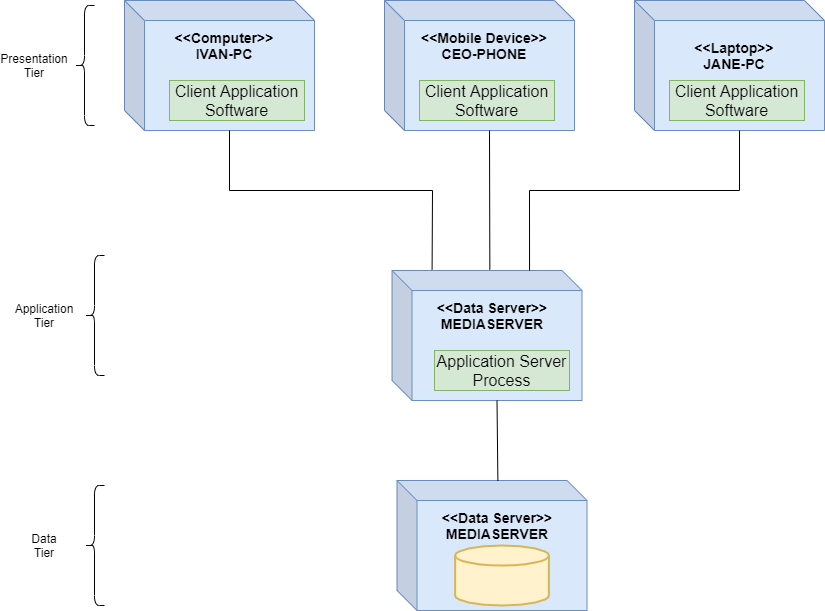
The draw.io diagram Architectural styles/Layred Systems/3-Tier Dataserver nTierDiagram.png in smitbmx/Architecture-Diagrams, before a commit. Source tidied: cells renumbered, new cells last; positions are measured from the earlier drawing's top-left corner, leaving out a move shared by most shapes.
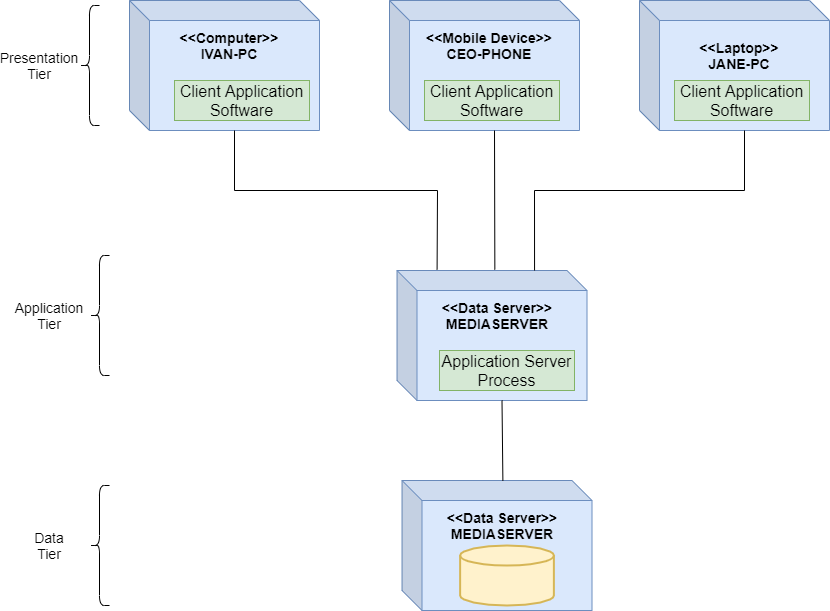
After the commit.

The edit, as a diff of the source:
```diff
@@ -66,19 +66,19 @@
     <mxCell id="19" style="endArrow=none;html=1;rounded=0;exitX=0.531;exitY=0.003;exitDx=0;exitDy=0;exitPerimeter=0;entryX=0;entryY=0;entryDx=105;entryDy=130;entryPerimeter=0;" parent="1" edge="1" source="17" target="9">
       <mxGeometry relative="1" as="geometry" />
     </mxCell>
-    <mxCell id="20" value="Presentation&lt;br&gt;Tier" style="text;html=1;strokeColor=none;fillColor=none;align=center;verticalAlign=middle;whiteSpace=wrap;rounded=0;" parent="1" vertex="1">
+    <mxCell id="20" value="Presentation&lt;br style=&quot;font-size: 14px;&quot;&gt;Tier" style="text;html=1;strokeColor=none;fillColor=none;align=center;verticalAlign=middle;whiteSpace=wrap;rounded=0;fontSize=14;" parent="1" vertex="1">
       <mxGeometry y="50" width="60" height="30" as="geometry" />
     </mxCell>
     <mxCell id="21" style="shape=curlyBracket;whiteSpace=wrap;html=1;rounded=1;" parent="1" vertex="1">
       <mxGeometry x="70" y="5" width="20" height="120" as="geometry" />
     </mxCell>
-    <mxCell id="22" value="Application&lt;br&gt;Tier" style="text;html=1;strokeColor=none;fillColor=none;align=center;verticalAlign=middle;whiteSpace=wrap;rounded=0;" parent="1" vertex="1">
+    <mxCell id="22" value="Application&lt;br style=&quot;font-size: 14px;&quot;&gt;Tier" style="text;html=1;strokeColor=none;fillColor=none;align=center;verticalAlign=middle;whiteSpace=wrap;rounded=0;fontSize=14;" parent="1" vertex="1">
       <mxGeometry x="10" y="300" width="60" height="30" as="geometry" />
     </mxCell>
     <mxCell id="23" style="shape=curlyBracket;whiteSpace=wrap;html=1;rounded=1;" parent="1" vertex="1">
       <mxGeometry x="80" y="255" width="20" height="120" as="geometry" />
     </mxCell>
-    <mxCell id="24" value="Data&lt;br&gt;Tier" style="text;html=1;strokeColor=none;fillColor=none;align=center;verticalAlign=middle;whiteSpace=wrap;rounded=0;" parent="1" vertex="1">
+    <mxCell id="24" value="Data&lt;br style=&quot;font-size: 14px;&quot;&gt;Tier" style="text;html=1;strokeColor=none;fillColor=none;align=center;verticalAlign=middle;whiteSpace=wrap;rounded=0;fontSize=14;" parent="1" vertex="1">
       <mxGeometry x="10" y="530" width="60" height="30" as="geometry" />
     </mxCell>
     <mxCell id="25" style="shape=curlyBracket;whiteSpace=wrap;html=1;rounded=1;" parent="1" vertex="1">
```
